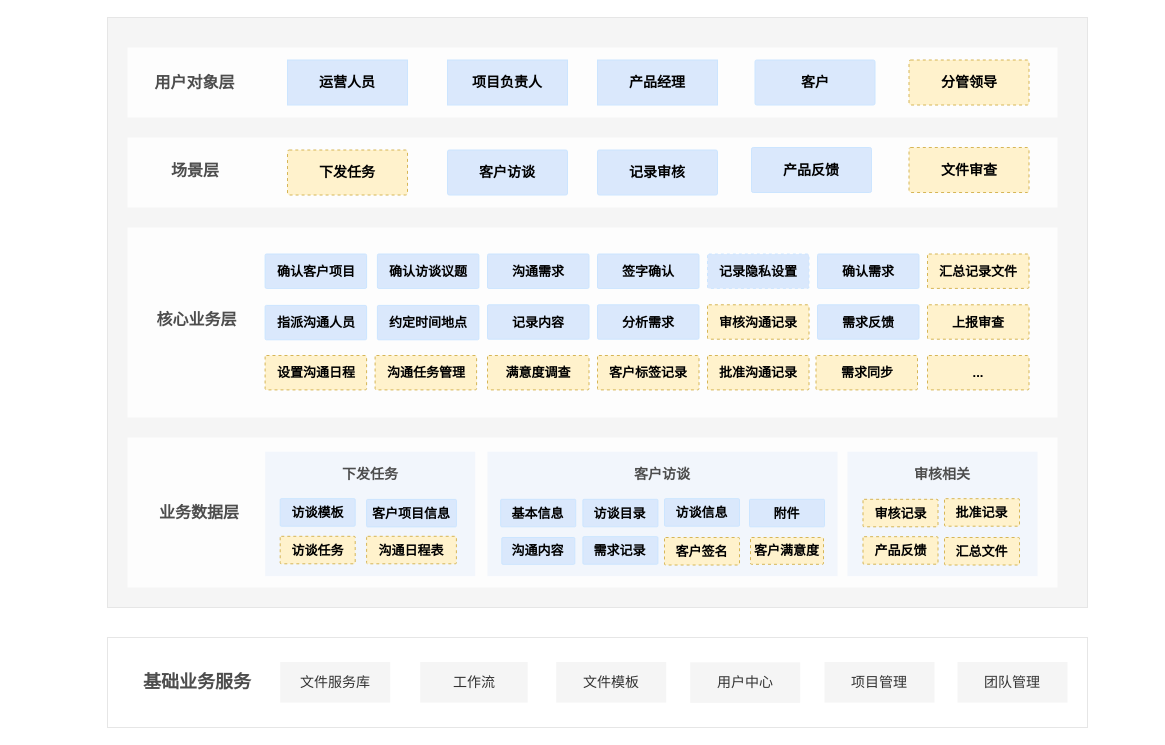
Earlier version of the draw.io diagram Copy of 客户访谈记录-业务架构图.drawio (hwt5813780/car). Source tidied: cells renumbered, new cells numbered last; positions are measured from the earlier drawing's top-left corner, leaving out a move shared by most shapes. Both pictures are drawn from the tidied source at 100%, with x=0, y=0 at pixel (107, 17).
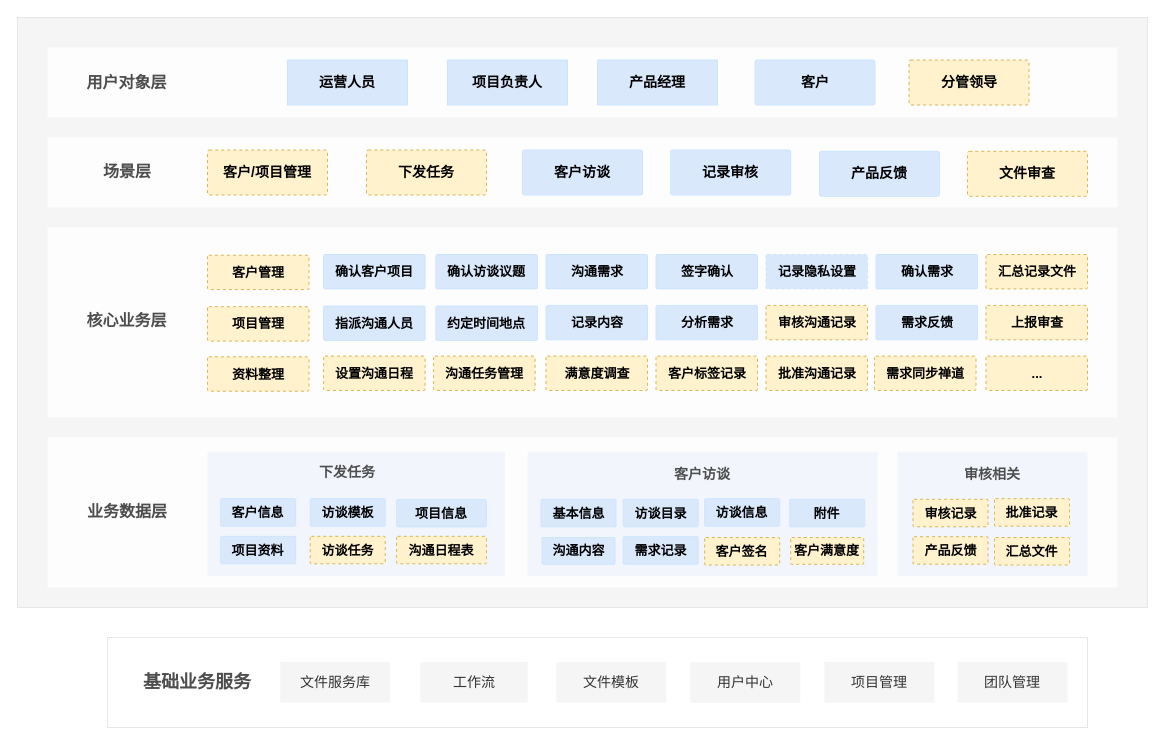
Above is the later version.

Commit message:
Update Copy of 客户访谈记录-业务架构图.drawio

Change to the diagram source:
```diff
@@
     <mxCell id="2" style="rounded=0;whiteSpace=wrap;html=1;fillColor=#f5f5f5;strokeColor=#E6E6E6;gradientDirection=south;sketch=0;fontColor=#333333;" parent="1" vertex="1">
-      <mxGeometry width="980" height="590" as="geometry" />
+      <mxGeometry x="-90" width="1130" height="590" as="geometry" />
     </mxCell>
     <mxCell id="3" style="rounded=1;whiteSpace=wrap;html=1;fontSize=14;strokeColor=none;arcSize=0;shadow=0;opacity=80;" parent="1" vertex="1">
-      <mxGeometry x="20" y="30" width="930" height="70" as="geometry" />
+      <mxGeometry x="-60" y="30" width="1070" height="70" as="geometry" />
     </mxCell>
     <mxCell id="4" value="用户对象层" style="text;html=1;strokeColor=none;fillColor=none;align=center;verticalAlign=middle;whiteSpace=wrap;rounded=0;fontSize=16;fontStyle=1;fontColor=#4D4D4D;" parent="1" vertex="1">
-      <mxGeometry x="36.2" y="50" width="102.5" height="30" as="geometry" />
+      <mxGeometry x="-31.6" y="50" width="102.5" height="30" as="geometry" />
     </mxCell>
@@
     <mxCell id="9" style="rounded=1;whiteSpace=wrap;html=1;fontSize=14;strokeColor=none;arcSize=0;shadow=0;opacity=80;" parent="1" vertex="1">
-      <mxGeometry x="20" y="120" width="930" height="70" as="geometry" />
+      <mxGeometry x="-60" y="120" width="1070" height="70" as="geometry" />
     </mxCell>
     <mxCell id="10" value="场景层" style="text;html=1;strokeColor=none;fillColor=none;align=center;verticalAlign=middle;whiteSpace=wrap;rounded=0;fontSize=16;fontStyle=1;fontColor=#4D4D4D;" parent="1" vertex="1">
-      <mxGeometry x="47.5" y="137.5" width="80" height="30" as="geometry" />
+      <mxGeometry x="-20.4" y="138.8" width="80" height="30" as="geometry" />
     </mxCell>
     <mxCell id="11" value="客户访谈" style="rounded=1;whiteSpace=wrap;html=1;fontSize=14;fillColor=#dae8fc;strokeColor=#CCE5FF;arcSize=4;fontColor=default;fontStyle=1;" parent="1" vertex="1">
-      <mxGeometry x="340" y="132.5" width="120" height="45" as="geometry" />
+      <mxGeometry x="415" y="132.5" width="120" height="45" as="geometry" />
     </mxCell>
     <mxCell id="12" value="记录审核" style="rounded=1;whiteSpace=wrap;html=1;fontSize=14;fillColor=#dae8fc;strokeColor=#CCE5FF;arcSize=4;fontColor=default;fontStyle=1;" parent="1" vertex="1">
-      <mxGeometry x="490" y="132.5" width="120" height="45" as="geometry" />
+      <mxGeometry x="563.2" y="132.5" width="120" height="45" as="geometry" />
     </mxCell>
     <mxCell id="13" style="rounded=1;whiteSpace=wrap;html=1;fontSize=14;strokeColor=none;arcSize=0;shadow=0;glass=0;sketch=0;opacity=80;" parent="1" vertex="1">
-      <mxGeometry x="20" y="210" width="930" height="190" as="geometry" />
+      <mxGeometry x="-60" y="210" width="1070" height="190" as="geometry" />
     </mxCell>
@@
     <mxCell id="19" style="rounded=1;whiteSpace=wrap;html=1;fontSize=14;strokeColor=none;arcSize=0;shadow=0;labelBackgroundColor=none;sketch=0;opacity=80;" parent="1" vertex="1">
-      <mxGeometry x="20" y="420" width="930" height="150" as="geometry" />
+      <mxGeometry x="-60" y="420" width="1070" height="150" as="geometry" />
     </mxCell>
     <mxCell id="20" value="业务数据层" style="text;html=1;strokeColor=none;fillColor=none;align=center;verticalAlign=middle;whiteSpace=wrap;rounded=0;fontSize=16;fontColor=#4D4D4D;fontStyle=1;" parent="1" vertex="1">
-      <mxGeometry x="45" y="480" width="93.8" height="30" as="geometry" />
+      <mxGeometry x="-27.2" y="478.8" width="93.8" height="30" as="geometry" />
     </mxCell>
     <mxCell id="21" style="rounded=1;whiteSpace=wrap;html=1;fontSize=14;fillColor=#F2F6FC;strokeColor=none;fontColor=#333333;arcSize=0;" parent="1" vertex="1">
-      <mxGeometry x="380" y="434.2" width="350" height="124.5" as="geometry" />
+      <mxGeometry x="420.2" y="434.2" width="350" height="124.5" as="geometry" />
     </mxCell>
     <mxCell id="22" value="客户访谈" style="text;html=1;strokeColor=none;fillColor=none;align=center;verticalAlign=middle;whiteSpace=wrap;rounded=0;fontSize=14;horizontal=1;fontStyle=1;fontColor=#4D4D4D;" parent="1" vertex="1">
-      <mxGeometry x="520" y="441.8" width="70" height="30" as="geometry" />
+      <mxGeometry x="560.2" y="441.8" width="70" height="30" as="geometry" />
     </mxCell>
     <mxCell id="23" value="基本信息" style="rounded=1;whiteSpace=wrap;html=1;fontSize=13;fillColor=#dae8fc;strokeColor=#CCE5FF;arcSize=4;fontStyle=1;fontColor=default;" parent="1" vertex="1">
-      <mxGeometry x="393.2" y="481.8" width="75" height="27.5" as="geometry" />
+      <mxGeometry x="433.5" y="481.8" width="75" height="27.5" as="geometry" />
     </mxCell>
     <mxCell id="24" value="沟通内容" style="rounded=1;whiteSpace=wrap;html=1;fontSize=13;fillColor=#dae8fc;strokeColor=#CCE5FF;arcSize=4;fontStyle=1;fontColor=default;" parent="1" vertex="1">
-      <mxGeometry x="394.3" y="520" width="73" height="26.8" as="geometry" />
+      <mxGeometry x="434.5" y="520" width="73" height="26.8" as="geometry" />
     </mxCell>
     <mxCell id="25" value="访谈目录" style="rounded=1;whiteSpace=wrap;html=1;fontSize=13;fillColor=#dae8fc;strokeColor=#CCE5FF;arcSize=4;fontStyle=1;fontColor=default;" parent="1" vertex="1">
-      <mxGeometry x="475.4" y="481.8" width="75" height="27.5" as="geometry" />
+      <mxGeometry x="515.7" y="481.8" width="75" height="27.5" as="geometry" />
     </mxCell>
     <mxCell id="26" value="需求记录" style="rounded=1;whiteSpace=wrap;html=1;fontSize=13;fillColor=#dae8fc;strokeColor=#CCE5FF;arcSize=4;fontStyle=1;fontColor=default;" parent="1" vertex="1">
-      <mxGeometry x="475.4" y="519.2" width="75" height="27.5" as="geometry" />
+      <mxGeometry x="515.7" y="519.2" width="75" height="27.5" as="geometry" />
     </mxCell>
@@
     <mxCell id="29" value="下发任务" style="rounded=1;whiteSpace=wrap;html=1;fontSize=14;fillColor=#fff2cc;strokeColor=#d6b656;arcSize=4;fontColor=default;fontStyle=1;dashed=1;" parent="1" vertex="1">
-      <mxGeometry x="180" y="132.5" width="120" height="45" as="geometry" />
+      <mxGeometry x="259" y="132.5" width="120" height="45" as="geometry" />
     </mxCell>
     <mxCell id="30" value="产品反馈" style="rounded=1;whiteSpace=wrap;html=1;fontSize=14;arcSize=4;fillColor=#dae8fc;strokeColor=#CCE5FF;fontStyle=1;" parent="1" vertex="1">
-      <mxGeometry x="644" y="130" width="120" height="45" as="geometry" />
+      <mxGeometry x="712" y="133.8" width="120" height="45" as="geometry" />
     </mxCell>
     <mxCell id="31" value="文件审查" style="rounded=1;whiteSpace=wrap;html=1;fontSize=14;arcSize=4;fillColor=#fff2cc;strokeColor=#d6b656;fontStyle=1;dashed=1;" parent="1" vertex="1">
-      <mxGeometry x="801.5" y="130" width="120" height="45" as="geometry" />
+      <mxGeometry x="860" y="133.8" width="120" height="45" as="geometry" />
     </mxCell>
     <mxCell id="32" value="约定时间地点" style="rounded=1;whiteSpace=wrap;html=1;fontSize=13;fillColor=#dae8fc;strokeColor=#CCE5FF;fontColor=default;arcSize=4;fontStyle=1;" parent="1" vertex="1">
-      <mxGeometry x="269.9" y="287.9" width="101.5" height="34.4" as="geometry" />
+      <mxGeometry x="328.4" y="288.5" width="101.5" height="34.4" as="geometry" />
     </mxCell>
     <mxCell id="33" value="沟通需求" style="rounded=1;whiteSpace=wrap;html=1;fontSize=13;fillColor=#dae8fc;strokeColor=#CCE5FF;fontColor=default;arcSize=4;fontStyle=1;" parent="1" vertex="1">
-      <mxGeometry x="380" y="236.5" width="101.5" height="34.4" as="geometry" />
+      <mxGeometry x="438.5" y="237" width="101.5" height="34.4" as="geometry" />
     </mxCell>
     <mxCell id="34" value="签字确认" style="rounded=1;whiteSpace=wrap;html=1;fontSize=13;fillColor=#dae8fc;strokeColor=#CCE5FF;fontColor=default;arcSize=4;fontStyle=1;" parent="1" vertex="1">
-      <mxGeometry x="490" y="236.5" width="101.5" height="34.4" as="geometry" />
+      <mxGeometry x="548.5" y="237" width="101.5" height="34.4" as="geometry" />
     </mxCell>
     <mxCell id="35" value="记录内容" style="rounded=1;whiteSpace=wrap;html=1;fontSize=13;fillColor=#dae8fc;strokeColor=#CCE5FF;fontColor=default;arcSize=4;fontStyle=1;" parent="1" vertex="1">
-      <mxGeometry x="380" y="287.3" width="101.5" height="34.4" as="geometry" />
+      <mxGeometry x="438.5" y="287.9" width="101.5" height="34.4" as="geometry" />
     </mxCell>
     <mxCell id="36" value="分析需求" style="rounded=1;whiteSpace=wrap;html=1;fontSize=13;fillColor=#dae8fc;strokeColor=#CCE5FF;fontColor=default;arcSize=4;fontStyle=1;" parent="1" vertex="1">
-      <mxGeometry x="490" y="287.3" width="101.5" height="34.4" as="geometry" />
+      <mxGeometry x="548.5" y="287.9" width="101.5" height="34.4" as="geometry" />
     </mxCell>
     <mxCell id="37" value="确认访谈议题" style="rounded=1;whiteSpace=wrap;html=1;fontSize=13;fillColor=#dae8fc;strokeColor=#CCE5FF;fontColor=default;arcSize=4;fontStyle=1;" parent="1" vertex="1">
-      <mxGeometry x="269.9" y="236.5" width="101.5" height="34.4" as="geometry" />
+      <mxGeometry x="328.4" y="237" width="101.5" height="34.4" as="geometry" />
     </mxCell>
     <mxCell id="38" value="指派沟通人员" style="rounded=1;whiteSpace=wrap;html=1;fontSize=13;fillColor=#dae8fc;strokeColor=#CCE5FF;fontColor=default;arcSize=4;fontStyle=1;" parent="1" vertex="1">
-      <mxGeometry x="157.6" y="287.9" width="101.5" height="34.4" as="geometry" />
+      <mxGeometry x="216.1" y="288.5" width="101.5" height="34.4" as="geometry" />
     </mxCell>
     <mxCell id="39" value="确认客户项目" style="rounded=1;whiteSpace=wrap;html=1;fontSize=13;fillColor=#dae8fc;strokeColor=#CCE5FF;fontColor=default;arcSize=4;fontStyle=1;" parent="1" vertex="1">
-      <mxGeometry x="157.6" y="236.5" width="101.5" height="34.4" as="geometry" />
+      <mxGeometry x="216.1" y="237" width="101.5" height="34.4" as="geometry" />
     </mxCell>
     <mxCell id="40" value="核心业务层" style="text;html=1;strokeColor=none;fillColor=none;align=center;verticalAlign=middle;whiteSpace=wrap;rounded=0;fontSize=16;fontColor=#4D4D4D;fontStyle=1;" parent="1" vertex="1">
-      <mxGeometry x="39.5" y="287.4" width="99.3" height="30" as="geometry" />
+      <mxGeometry x="-30" y="287.9" width="99.3" height="30" as="geometry" />
     </mxCell>
     <mxCell id="41" value="记录隐私设置" style="rounded=1;whiteSpace=wrap;html=1;fontSize=13;fillColor=#dae8fc;strokeColor=#CCE5FF;fontColor=default;arcSize=4;fontStyle=1;dashed=1;" parent="1" vertex="1">
-      <mxGeometry x="600" y="236.5" width="101.5" height="34.4" as="geometry" />
+      <mxGeometry x="658.5" y="237" width="101.5" height="34.4" as="geometry" />
     </mxCell>
     <mxCell id="42" value="审核沟通记录" style="rounded=1;whiteSpace=wrap;html=1;fontSize=13;fillColor=#fff2cc;strokeColor=#d6b656;fontColor=default;arcSize=4;fontStyle=1;dashed=1;" parent="1" vertex="1">
-      <mxGeometry x="600" y="287.3" width="101.5" height="34.4" as="geometry" />
+      <mxGeometry x="658.5" y="287.9" width="101.5" height="34.4" as="geometry" />
     </mxCell>
     <mxCell id="43" value="确认需求" style="rounded=1;whiteSpace=wrap;html=1;fontSize=13;fillColor=#dae8fc;strokeColor=#CCE5FF;fontColor=default;arcSize=4;fontStyle=1;" parent="1" vertex="1">
-      <mxGeometry x="710" y="236.5" width="101.5" height="34.4" as="geometry" />
+      <mxGeometry x="768.5" y="237" width="101.5" height="34.4" as="geometry" />
     </mxCell>
     <mxCell id="44" value="需求反馈" style="rounded=1;whiteSpace=wrap;html=1;fontSize=13;fillColor=#dae8fc;strokeColor=#CCE5FF;fontColor=default;arcSize=4;fontStyle=1;" parent="1" vertex="1">
-      <mxGeometry x="710" y="287.3" width="101.5" height="34.4" as="geometry" />
+      <mxGeometry x="768.5" y="287.9" width="101.5" height="34.4" as="geometry" />
     </mxCell>
     <mxCell id="45" value="汇总记录文件" style="rounded=1;whiteSpace=wrap;html=1;fontSize=13;fillColor=#fff2cc;strokeColor=#d6b656;fontColor=default;arcSize=4;fontStyle=1;dashed=1;" parent="1" vertex="1">
-      <mxGeometry x="820" y="236.5" width="101.5" height="34.4" as="geometry" />
+      <mxGeometry x="878.5" y="237" width="101.5" height="34.4" as="geometry" />
     </mxCell>
     <mxCell id="46" value="满意度调查" style="rounded=1;whiteSpace=wrap;html=1;fontSize=13;fillColor=#fff2cc;strokeColor=#d6b656;fontColor=default;arcSize=4;fontStyle=1;dashed=1;" parent="1" vertex="1">
-      <mxGeometry x="380" y="338" width="101.5" height="34.4" as="geometry" />
+      <mxGeometry x="438.5" y="338.6" width="101.5" height="34.4" as="geometry" />
     </mxCell>
     <mxCell id="47" value="客户标签记录" style="rounded=1;whiteSpace=wrap;html=1;fontSize=13;fillColor=#fff2cc;strokeColor=#d6b656;fontColor=default;arcSize=4;fontStyle=1;dashed=1;" parent="1" vertex="1">
-      <mxGeometry x="490" y="338" width="101.5" height="34.4" as="geometry" />
+      <mxGeometry x="548.5" y="338.6" width="101.5" height="34.4" as="geometry" />
     </mxCell>
     <mxCell id="48" value="设置沟通日程" style="rounded=1;whiteSpace=wrap;html=1;fontSize=13;fillColor=#fff2cc;strokeColor=#d6b656;fontColor=default;arcSize=4;fontStyle=1;dashed=1;" parent="1" vertex="1">
-      <mxGeometry x="157.6" y="338" width="101.5" height="34.4" as="geometry" />
+      <mxGeometry x="216.1" y="338.6" width="101.5" height="34.4" as="geometry" />
     </mxCell>
     <mxCell id="49" value="沟通任务管理" style="rounded=1;whiteSpace=wrap;html=1;fontSize=13;fillColor=#fff2cc;strokeColor=#d6b656;fontColor=default;arcSize=4;fontStyle=1;dashed=1;" parent="1" vertex="1">
-      <mxGeometry x="267.6" y="338" width="101.5" height="34.4" as="geometry" />
+      <mxGeometry x="326.1" y="338.6" width="101.5" height="34.4" as="geometry" />
     </mxCell>
     <mxCell id="50" value="批准沟通记录" style="rounded=1;whiteSpace=wrap;html=1;fontSize=13;fillColor=#fff2cc;strokeColor=#d6b656;fontColor=default;arcSize=4;fontStyle=1;dashed=1;" parent="1" vertex="1">
-      <mxGeometry x="600" y="338" width="101.5" height="34.4" as="geometry" />
+      <mxGeometry x="658.5" y="338.6" width="101.5" height="34.4" as="geometry" />
     </mxCell>
-    <mxCell id="51" value="需求同步" style="rounded=1;whiteSpace=wrap;html=1;fontSize=13;fillColor=#fff2cc;strokeColor=#d6b656;fontColor=default;arcSize=4;fontStyle=1;dashed=1;" parent="1" vertex="1">
-      <mxGeometry x="708.5" y="338" width="101.5" height="34.4" as="geometry" />
+    <mxCell id="51" value="需求同步禅道" style="rounded=1;whiteSpace=wrap;html=1;fontSize=13;fillColor=#fff2cc;strokeColor=#d6b656;fontColor=default;arcSize=4;fontStyle=1;dashed=1;" parent="1" vertex="1">
+      <mxGeometry x="767" y="338.6" width="101.5" height="34.4" as="geometry" />
     </mxCell>
     <mxCell id="52" value="..." style="rounded=1;whiteSpace=wrap;html=1;fontSize=13;fillColor=#fff2cc;strokeColor=#d6b656;fontColor=default;arcSize=4;fontStyle=1;dashed=1;" parent="1" vertex="1">
-      <mxGeometry x="820" y="338" width="101.5" height="34.4" as="geometry" />
+      <mxGeometry x="878.5" y="338.6" width="101.5" height="34.4" as="geometry" />
     </mxCell>
     <mxCell id="53" value="上报审查" style="rounded=1;whiteSpace=wrap;html=1;fontSize=13;fillColor=#fff2cc;strokeColor=#d6b656;fontColor=default;arcSize=4;fontStyle=1;dashed=1;" parent="1" vertex="1">
-      <mxGeometry x="820" y="287.3" width="101.5" height="34.4" as="geometry" />
+      <mxGeometry x="878.5" y="287.9" width="101.5" height="34.4" as="geometry" />
     </mxCell>
     <mxCell id="54" style="rounded=1;whiteSpace=wrap;html=1;fontSize=14;fillColor=#F2F6FC;strokeColor=none;fontColor=#333333;arcSize=0;" parent="1" vertex="1">
-      <mxGeometry x="157.7" y="434.2" width="210" height="124.5" as="geometry" />
+      <mxGeometry x="100" y="434.2" width="297.6" height="124.5" as="geometry" />
     </mxCell>
     <mxCell id="55" value="下发任务" style="text;html=1;strokeColor=none;fillColor=none;align=center;verticalAlign=middle;whiteSpace=wrap;rounded=0;fontSize=14;horizontal=1;fontStyle=1;fontColor=#4D4D4D;" parent="1" vertex="1">
-      <mxGeometry x="227.7" y="441.8" width="70" height="30" as="geometry" />
+      <mxGeometry x="205.2" y="440" width="70" height="30" as="geometry" />
     </mxCell>
     <mxCell id="56" value="访谈模板" style="rounded=1;whiteSpace=wrap;html=1;fontSize=13;fillColor=#dae8fc;strokeColor=#CCE5FF;fontStyle=1;arcSize=4;" parent="1" vertex="1">
-      <mxGeometry x="172.7" y="481.2" width="75" height="27.5" as="geometry" />
+      <mxGeometry x="202.7" y="481.2" width="75" height="27.5" as="geometry" />
     </mxCell>
     <mxCell id="57" value="访谈任务" style="rounded=1;whiteSpace=wrap;html=1;fontSize=13;fillColor=#fff2cc;strokeColor=#d6b656;fontStyle=1;arcSize=4;fontColor=default;dashed=1;" parent="1" vertex="1">
-      <mxGeometry x="172.7" y="518.8" width="75" height="27.5" as="geometry" />
+      <mxGeometry x="202.7" y="518.8" width="75" height="27.5" as="geometry" />
     </mxCell>
     <mxCell id="58" value="沟通日程表" style="rounded=1;whiteSpace=wrap;html=1;fontSize=13;fillColor=#fff2cc;strokeColor=#d6b656;fontStyle=1;arcSize=4;fontColor=default;dashed=1;" parent="1" vertex="1">
-      <mxGeometry x="259.1" y="518.8" width="89.8" height="27.5" as="geometry" />
+      <mxGeometry x="289.1" y="518.8" width="89.8" height="27.5" as="geometry" />
     </mxCell>
-    <mxCell id="59" value="客户项目信息" style="rounded=1;whiteSpace=wrap;html=1;fontSize=13;fillColor=#dae8fc;strokeColor=#CCE5FF;fontStyle=1;arcSize=4;" parent="1" vertex="1">
-      <mxGeometry x="259.1" y="481.9" width="89.8" height="27.5" as="geometry" />
+    <mxCell id="59" value="项目信息" style="rounded=1;whiteSpace=wrap;html=1;fontSize=13;fillColor=#dae8fc;strokeColor=#CCE5FF;fontStyle=1;arcSize=4;" parent="1" vertex="1">
+      <mxGeometry x="289.1" y="481.9" width="89.8" height="27.5" as="geometry" />
     </mxCell>
     <mxCell id="60" value="访谈信息" style="rounded=1;whiteSpace=wrap;html=1;fontSize=13;fillColor=#dae8fc;strokeColor=#CCE5FF;arcSize=4;fontStyle=1;fontColor=default;" parent="1" vertex="1">
-      <mxGeometry x="557" y="481.2" width="75" height="27.5" as="geometry" />
+      <mxGeometry x="597.2" y="481.2" width="75" height="27.5" as="geometry" />
     </mxCell>
     <mxCell id="61" value="客户签名" style="rounded=1;whiteSpace=wrap;html=1;fontSize=13;fillColor=#fff2cc;strokeColor=#d6b656;arcSize=4;fontStyle=1;fontColor=default;dashed=1;" parent="1" vertex="1">
-      <mxGeometry x="557" y="520" width="75" height="27.5" as="geometry" />
+      <mxGeometry x="597.2" y="520" width="75" height="27.5" as="geometry" />
     </mxCell>
     <mxCell id="62" style="rounded=1;whiteSpace=wrap;html=1;fontSize=14;fillColor=#F2F6FC;strokeColor=none;fontColor=#333333;arcSize=0;" parent="1" vertex="1">
-      <mxGeometry x="740" y="434.2" width="190" height="124.5" as="geometry" />
+      <mxGeometry x="790" y="434.2" width="190" height="124.5" as="geometry" />
     </mxCell>
     <mxCell id="63" value="审核相关" style="text;html=1;strokeColor=none;fillColor=none;align=center;verticalAlign=middle;whiteSpace=wrap;rounded=0;fontSize=14;horizontal=1;fontStyle=1;fontColor=#4D4D4D;" parent="1" vertex="1">
-      <mxGeometry x="800" y="441.8" width="70" height="30" as="geometry" />
+      <mxGeometry x="850" y="441.8" width="70" height="30" as="geometry" />
     </mxCell>
     <mxCell id="64" value="附件" style="rounded=1;whiteSpace=wrap;html=1;fontSize=13;fillColor=#dae8fc;strokeColor=#CCE5FF;arcSize=4;fontStyle=1;fontColor=default;" parent="1" vertex="1">
-      <mxGeometry x="642" y="481.8" width="75" height="27.5" as="geometry" />
+      <mxGeometry x="682.2" y="481.8" width="75" height="27.5" as="geometry" />
     </mxCell>
     <mxCell id="65" value="客户满意度" style="rounded=1;whiteSpace=wrap;html=1;fontSize=13;fillColor=#fff2cc;strokeColor=#d6b656;arcSize=4;fontStyle=1;fontColor=default;dashed=1;" parent="1" vertex="1">
-      <mxGeometry x="643" y="520" width="73" height="26.8" as="geometry" />
+      <mxGeometry x="683.2" y="520" width="73" height="26.8" as="geometry" />
     </mxCell>
     <mxCell id="66" value="审核记录" style="rounded=1;whiteSpace=wrap;html=1;fontSize=13;fillColor=#fff2cc;strokeColor=#d6b656;arcSize=4;fontStyle=1;fontColor=default;dashed=1;" parent="1" vertex="1">
-      <mxGeometry x="755.5" y="481.8" width="75" height="27.5" as="geometry" />
+      <mxGeometry x="805.5" y="481.8" width="75" height="27.5" as="geometry" />
     </mxCell>
     <mxCell id="67" value="产品反馈" style="rounded=1;whiteSpace=wrap;html=1;fontSize=13;fillColor=#fff2cc;strokeColor=#d6b656;arcSize=4;fontStyle=1;fontColor=default;dashed=1;" parent="1" vertex="1">
-      <mxGeometry x="755.5" y="519.2" width="75" height="27.5" as="geometry" />
+      <mxGeometry x="805.5" y="519.2" width="75" height="27.5" as="geometry" />
     </mxCell>
     <mxCell id="68" value="批准记录" style="rounded=1;whiteSpace=wrap;html=1;fontSize=13;fillColor=#fff2cc;strokeColor=#d6b656;arcSize=4;fontStyle=1;fontColor=default;dashed=1;" parent="1" vertex="1">
-      <mxGeometry x="837" y="481.2" width="75" height="27.5" as="geometry" />
+      <mxGeometry x="887" y="481.2" width="75" height="27.5" as="geometry" />
     </mxCell>
     <mxCell id="69" value="汇总文件" style="rounded=1;whiteSpace=wrap;html=1;fontSize=13;fillColor=#fff2cc;strokeColor=#d6b656;arcSize=4;fontStyle=1;fontColor=default;dashed=1;" parent="1" vertex="1">
-      <mxGeometry x="837" y="520" width="75" height="27.5" as="geometry" />
+      <mxGeometry x="887" y="520" width="75" height="27.5" as="geometry" />
     </mxCell>
@@
+    <mxCell id="72" value="项目管理" style="rounded=1;whiteSpace=wrap;html=1;fontSize=13;fillColor=#fff2cc;strokeColor=#d6b656;arcSize=4;fontStyle=1;dashed=1;" parent="1" vertex="1">
+      <mxGeometry x="100" y="289.2" width="101.5" height="34.4" as="geometry" />
+    </mxCell>
+    <mxCell id="73" value="客户管理" style="rounded=1;whiteSpace=wrap;html=1;fontSize=13;fillColor=#fff2cc;strokeColor=#d6b656;arcSize=4;fontStyle=1;dashed=1;" parent="1" vertex="1">
+      <mxGeometry x="100" y="237.7" width="101.5" height="34.4" as="geometry" />
+    </mxCell>
+    <mxCell id="74" value="资料整理" style="rounded=1;whiteSpace=wrap;html=1;fontSize=13;fillColor=#fff2cc;strokeColor=#d6b656;fontColor=default;arcSize=4;fontStyle=1;dashed=1;" parent="1" vertex="1">
+      <mxGeometry x="100" y="339.3" width="101.5" height="34.4" as="geometry" />
+    </mxCell>
+    <mxCell id="75" value="客户信息" style="rounded=1;whiteSpace=wrap;html=1;fontSize=13;fillColor=#dae8fc;strokeColor=#CCE5FF;fontStyle=1;arcSize=4;" parent="1" vertex="1">
+      <mxGeometry x="113.2" y="481.2" width="75" height="27.5" as="geometry" />
+    </mxCell>
+    <mxCell id="76" value="项目资料" style="rounded=1;whiteSpace=wrap;html=1;fontSize=13;fillColor=#dae8fc;strokeColor=#CCE5FF;fontStyle=1;arcSize=4;" parent="1" vertex="1">
+      <mxGeometry x="113.2" y="518.8" width="75" height="27.5" as="geometry" />
+    </mxCell>
+    <mxCell id="77" value="客户/项目管理" style="rounded=1;whiteSpace=wrap;html=1;fontSize=14;fillColor=#fff2cc;strokeColor=#d6b656;arcSize=4;fontColor=default;fontStyle=1;dashed=1;" parent="1" vertex="1">
+      <mxGeometry x="100" y="132.5" width="120" height="45" as="geometry" />
+    </mxCell>
```
